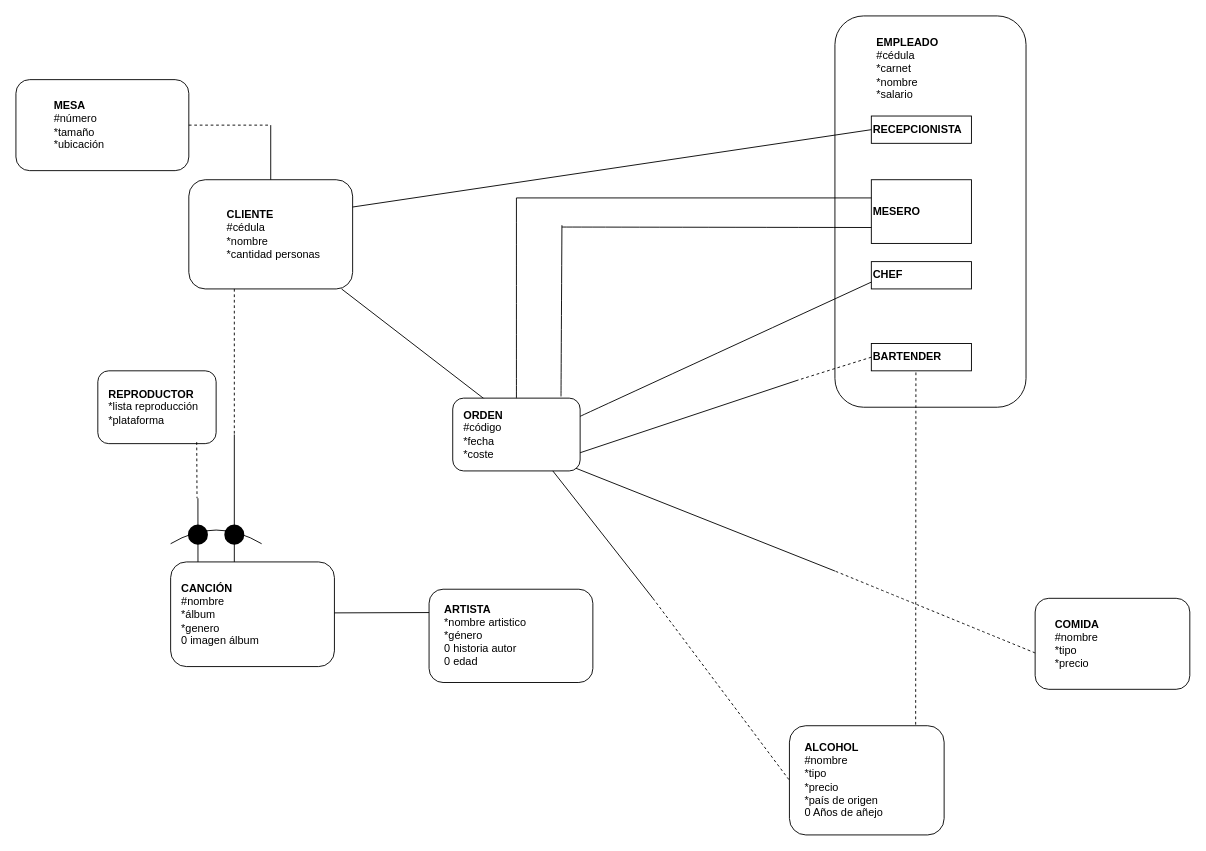
This is Trabajo1/Untitled Diagram.drawio from M1moreno/EntregasBD, a draw.io file, before an edit. Source tidied: cells renumbered, new cells numbered last; positions are measured from the earlier drawing's top-left corner, leaving out a move shared by most shapes. Both pictures are drawn from the tidied source at 91%, with x=0, y=0 at pixel (15, 15). Pictures stored in the file or linked from it are replaced by grey dashed boxes.
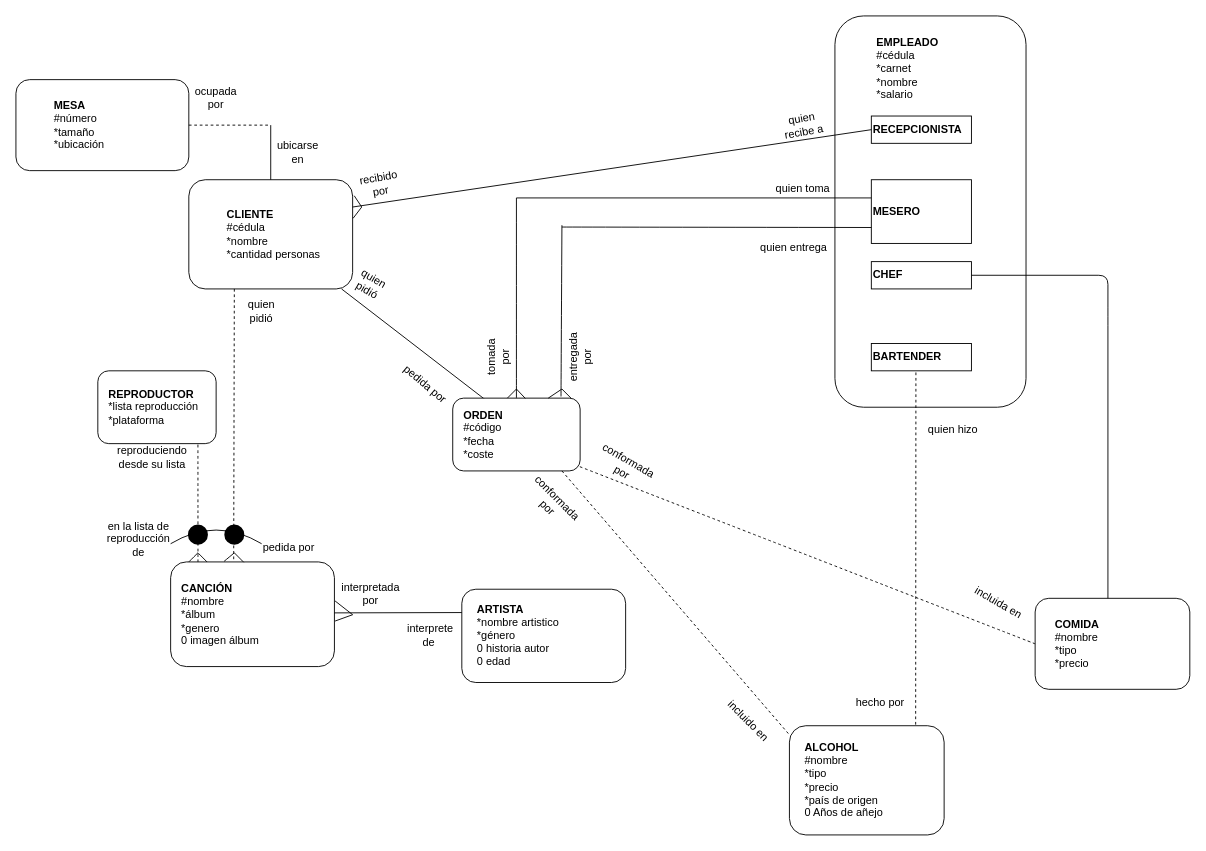
The same diagram, later.

Unchanged cells that the change refers to:
```xml
<mxCell id="4" value="&lt;blockquote style=&quot;margin: 0 0 0 40px ; border: none ; padding: 0px&quot;&gt;&lt;b&gt;CLIENTE&lt;br&gt;&lt;/b&gt;#cédula&lt;br&gt;*nombre&lt;br&gt;*cantidad personas&lt;/blockquote&gt;" style="rounded=1;whiteSpace=wrap;html=1;align=left;" parent="1" vertex="1">
  <mxGeometry x="190" y="180" width="180" height="120" as="geometry" />
</mxCell>
<mxCell id="10" value="&lt;b&gt;CHEF&lt;/b&gt;" style="rounded=0;whiteSpace=wrap;html=1;align=left;" parent="5" vertex="1">
  <mxGeometry x="40" y="270" width="110" height="30" as="geometry" />
</mxCell>
<mxCell id="11" value="&lt;b&gt;BARTENDER&lt;/b&gt;" style="rounded=0;whiteSpace=wrap;html=1;align=left;" parent="5" vertex="1">
  <mxGeometry x="40" y="360" width="110" height="30" as="geometry" />
</mxCell>
<mxCell id="14" value="&lt;b&gt;REPRODUCTOR&lt;/b&gt;&lt;br&gt;*lista reproducción&lt;br&gt;*plataforma" style="text;html=1;strokeColor=none;fillColor=none;align=left;verticalAlign=middle;whiteSpace=wrap;rounded=0;" parent="12" vertex="1">
  <mxGeometry x="10" y="5" width="110" height="70" as="geometry" />
</mxCell>
<mxCell id="16" style="rounded=1;whiteSpace=wrap;html=1;" parent="15" vertex="1">
  <mxGeometry width="140" height="80" as="geometry" />
</mxCell>
<mxCell id="19" style="rounded=1;whiteSpace=wrap;html=1;" parent="18" vertex="1">
  <mxGeometry width="170" height="120" as="geometry" />
</mxCell>
<mxCell id="21" style="group;" parent="1" vertex="1">
  <mxGeometry x="170" y="600" width="180" height="115" as="geometry" />
</mxCell>
<mxCell id="22" style="rounded=1;whiteSpace=wrap;html=1;" parent="21" vertex="1">
  <mxGeometry width="180" height="115" as="geometry" />
</mxCell>
<mxCell id="35" style="rounded=1;whiteSpace=wrap;html=1;arcSize=15;" parent="34" vertex="1">
  <mxGeometry width="170" height="100" as="geometry" />
</mxCell>
```

The edit, as a diff of the source:
```diff
@@
+    <mxCell id="54" style="endArrow=none;html=1;exitX=1.004;exitY=0.565;exitDx=0;exitDy=0;exitPerimeter=0;" parent="21" edge="1" source="22">
+      <mxGeometry relative="1" as="geometry">
+        <mxPoint x="200" y="58" as="targetPoint" />
+      </mxGeometry>
+    </mxCell>
     <mxCell id="24" style="group;" parent="1" vertex="1">
-      <mxGeometry x="454" y="630" width="180" height="102.5" as="geometry" />
+      <mxGeometry x="490" y="630" width="180" height="102.5" as="geometry" />
     </mxCell>
@@
-    <mxCell id="29" style="endArrow=none;dashed=1;html=1;rounded=0;" parent="1" edge="1">
+    <mxCell id="29" style="endArrow=none;dashed=1;html=1;rounded=0;entryX=0.385;entryY=-0.013;entryDx=0;entryDy=0;entryPerimeter=0;" parent="1" edge="1" target="22">
       <mxGeometry relative="1" as="geometry">
         <mxPoint x="240" y="300" as="sourcePoint" />
-        <mxPoint x="240" y="460" as="targetPoint" />
       </mxGeometry>
     </mxCell>
-    <mxCell id="30" style="endArrow=none;html=1;rounded=0;" parent="1" edge="1">
-      <mxGeometry relative="1" as="geometry">
-        <mxPoint x="240" y="600" as="sourcePoint" />
-        <mxPoint x="240" y="460" as="targetPoint" />
-      </mxGeometry>
-    </mxCell>
-    <mxCell id="31" style="endArrow=none;dashed=1;html=1;rounded=0;exitX=0.897;exitY=1.048;exitDx=0;exitDy=0;exitPerimeter=0;" parent="1" edge="1" source="14">
-      <mxGeometry relative="1" as="geometry">
-        <mxPoint x="199" y="530" as="targetPoint" />
-      </mxGeometry>
-    </mxCell>
-    <mxCell id="32" style="endArrow=none;html=1;rounded=0;entryX=0.167;entryY=0;entryDx=0;entryDy=0;entryPerimeter=0;" parent="1" edge="1" target="22">
-      <mxGeometry relative="1" as="geometry">
-        <mxPoint x="200" y="530" as="sourcePoint" />
-      </mxGeometry>
-    </mxCell>
@@
-    <mxCell id="40" style="endArrow=none;html=1;rounded=0;exitX=0.968;exitY=0.964;exitDx=0;exitDy=0;exitPerimeter=0;" parent="1" edge="1" source="16">
-      <mxGeometry relative="1" as="geometry">
-        <mxPoint x="900" y="610" as="targetPoint" />
-      </mxGeometry>
-    </mxCell>
-    <mxCell id="41" style="endArrow=none;html=1;rounded=0;" parent="1" edge="1">
-      <mxGeometry relative="1" as="geometry">
-        <mxPoint x="700" y="640" as="sourcePoint" />
-        <mxPoint x="590" y="500" as="targetPoint" />
-      </mxGeometry>
-    </mxCell>
-    <mxCell id="42" style="endArrow=none;dashed=1;html=1;rounded=0;entryX=0;entryY=0.5;entryDx=0;entryDy=0;" parent="1" edge="1" target="19">
+    <mxCell id="42" style="endArrow=none;dashed=1;html=1;rounded=0;" parent="1" edge="1">
       <mxGeometry relative="1" as="geometry">
-        <mxPoint x="700" y="640" as="sourcePoint" />
+        <mxPoint x="600" y="500" as="sourcePoint" />
+        <mxPoint x="850" y="790" as="targetPoint" />
       </mxGeometry>
     </mxCell>
-    <mxCell id="43" style="endArrow=none;dashed=1;html=1;rounded=0;exitX=0;exitY=0.5;exitDx=0;exitDy=0;" parent="1" edge="1" source="11">
-      <mxGeometry relative="1" as="geometry">
-        <mxPoint x="860" y="400" as="targetPoint" />
-      </mxGeometry>
-    </mxCell>
-    <mxCell id="44" style="endArrow=none;html=1;rounded=0;" parent="1" edge="1">
-      <mxGeometry relative="1" as="geometry">
-        <mxPoint x="620" y="480" as="sourcePoint" />
-        <mxPoint x="860" y="400" as="targetPoint" />
-      </mxGeometry>
-    </mxCell>
@@
-    <mxCell id="49" style="endArrow=none;html=1;curved=1;exitX=1;exitY=0.25;exitDx=0;exitDy=0;entryX=0;entryY=0.75;entryDx=0;entryDy=0;" parent="1" edge="1" source="16" target="10">
-      <mxGeometry relative="1" as="geometry" />
-    </mxCell>
-    <mxCell id="50" style="endArrow=none;dashed=1;html=1;curved=1;" parent="1" edge="1">
-      <mxGeometry relative="1" as="geometry">
-        <mxPoint x="1120" y="700" as="sourcePoint" />
-        <mxPoint x="900" y="610" as="targetPoint" />
-      </mxGeometry>
+    <mxCell id="50" style="endArrow=none;dashed=1;html=1;curved=1;entryX=0.998;entryY=0.942;entryDx=0;entryDy=0;entryPerimeter=0;exitX=0;exitY=0.5;exitDx=0;exitDy=0;" parent="1" edge="1" source="35" target="16">
+      <mxGeometry relative="1" as="geometry" />
     </mxCell>
@@
+    <mxCell id="55" style="endArrow=none;html=1;curved=1;exitX=0.111;exitY=0;exitDx=0;exitDy=0;exitPerimeter=0;" parent="1" edge="1" source="22">
+      <mxGeometry relative="1" as="geometry">
+        <mxPoint x="200" y="590" as="targetPoint" />
+      </mxGeometry>
+    </mxCell>
+    <mxCell id="56" style="endArrow=none;html=1;curved=1;" parent="1" edge="1">
+      <mxGeometry relative="1" as="geometry">
+        <mxPoint x="200" y="590" as="sourcePoint" />
+        <mxPoint x="210" y="600" as="targetPoint" />
+      </mxGeometry>
+    </mxCell>
+    <mxCell id="57" style="endArrow=none;dashed=1;html=1;curved=1;exitX=0.167;exitY=0;exitDx=0;exitDy=0;exitPerimeter=0;" parent="1" edge="1" source="22">
+      <mxGeometry relative="1" as="geometry">
+        <mxPoint x="200" y="470" as="targetPoint" />
+      </mxGeometry>
+    </mxCell>
+    <mxCell id="58" style="endArrow=none;html=1;curved=1;exitX=0.326;exitY=-0.005;exitDx=0;exitDy=0;exitPerimeter=0;" parent="1" edge="1" source="22">
+      <mxGeometry relative="1" as="geometry">
+        <mxPoint x="240" y="590" as="targetPoint" />
+      </mxGeometry>
+    </mxCell>
+    <mxCell id="59" style="endArrow=none;html=1;curved=1;exitX=0.446;exitY=0.003;exitDx=0;exitDy=0;exitPerimeter=0;" parent="1" edge="1" source="22">
+      <mxGeometry relative="1" as="geometry">
+        <mxPoint x="240" y="590" as="targetPoint" />
+      </mxGeometry>
+    </mxCell>
+    <mxCell id="60" value="en la lista de reproducción de" style="text;html=1;strokeColor=none;fillColor=none;align=center;verticalAlign=middle;whiteSpace=wrap;rounded=0;" parent="1" vertex="1">
+      <mxGeometry x="100" y="550" width="70" height="50" as="geometry" />
+    </mxCell>
+    <mxCell id="61" value="pedida por" style="text;html=1;strokeColor=none;fillColor=none;align=center;verticalAlign=middle;whiteSpace=wrap;rounded=0;" parent="1" vertex="1">
+      <mxGeometry x="270" y="570" width="60" height="30" as="geometry" />
+    </mxCell>
+    <mxCell id="62" value="reproduciendo desde su lista" style="text;html=1;strokeColor=none;fillColor=none;align=center;verticalAlign=middle;whiteSpace=wrap;rounded=0;" parent="1" vertex="1">
+      <mxGeometry x="120" y="470" width="60" height="30" as="geometry" />
+    </mxCell>
+    <mxCell id="63" value="quien pidió" style="text;html=1;strokeColor=none;fillColor=none;align=center;verticalAlign=middle;whiteSpace=wrap;rounded=0;" parent="1" vertex="1">
+      <mxGeometry x="240" y="310" width="60" height="30" as="geometry" />
+    </mxCell>
+    <mxCell id="64" value="quien pidió" style="text;html=1;strokeColor=none;fillColor=none;align=center;verticalAlign=middle;whiteSpace=wrap;rounded=0;rotation=30;" parent="1" vertex="1">
+      <mxGeometry x="360" y="280" width="60" height="30" as="geometry" />
+    </mxCell>
+    <mxCell id="65" value="pedida por" style="text;html=1;strokeColor=none;fillColor=none;align=center;verticalAlign=middle;whiteSpace=wrap;rounded=0;rotation=40;" parent="1" vertex="1">
+      <mxGeometry x="420" y="390" width="60" height="30" as="geometry" />
+    </mxCell>
+    <mxCell id="66" value="tomada por" style="text;html=1;strokeColor=none;fillColor=none;align=center;verticalAlign=middle;whiteSpace=wrap;rounded=0;rotation=-90;" parent="1" vertex="1">
+      <mxGeometry x="500" y="360" width="60" height="30" as="geometry" />
+    </mxCell>
+    <mxCell id="67" style="endArrow=none;html=1;entryX=1;entryY=0.5;entryDx=0;entryDy=0;edgeStyle=orthogonalEdgeStyle;" parent="1" edge="1" target="10">
+      <mxGeometry relative="1" as="geometry">
+        <mxPoint x="1200" y="640" as="sourcePoint" />
+        <Array as="points">
+          <mxPoint x="1200" y="330" />
+          <mxPoint x="1200" y="285" />
+        </Array>
+      </mxGeometry>
+    </mxCell>
+    <mxCell id="68" value="quien toma" style="text;html=1;strokeColor=none;fillColor=none;align=center;verticalAlign=middle;whiteSpace=wrap;rounded=0;" parent="1" vertex="1">
+      <mxGeometry x="800" y="180" width="130" height="20" as="geometry" />
+    </mxCell>
+    <mxCell id="69" value="quien entrega" style="text;html=1;strokeColor=none;fillColor=none;align=center;verticalAlign=middle;whiteSpace=wrap;rounded=0;" parent="1" vertex="1">
+      <mxGeometry x="810" y="240" width="90" height="30" as="geometry" />
+    </mxCell>
+    <mxCell id="70" value="entregada por" style="text;html=1;strokeColor=none;fillColor=none;align=center;verticalAlign=middle;whiteSpace=wrap;rounded=0;rotation=-90;" parent="1" vertex="1">
+      <mxGeometry x="590" y="360" width="60" height="30" as="geometry" />
+    </mxCell>
+    <mxCell id="71" style="endArrow=none;html=1;entryX=0.57;entryY=0.004;entryDx=0;entryDy=0;entryPerimeter=0;" parent="1" edge="1" target="16">
+      <mxGeometry relative="1" as="geometry">
+        <mxPoint x="550" y="410" as="sourcePoint" />
+      </mxGeometry>
+    </mxCell>
+    <mxCell id="72" style="endArrow=none;html=1;entryX=0.429;entryY=0;entryDx=0;entryDy=0;entryPerimeter=0;" parent="1" edge="1" target="16">
+      <mxGeometry relative="1" as="geometry">
+        <mxPoint x="550" y="410" as="sourcePoint" />
+      </mxGeometry>
+    </mxCell>
+    <mxCell id="73" value="recibido por" style="text;html=1;strokeColor=none;fillColor=none;align=center;verticalAlign=middle;whiteSpace=wrap;rounded=0;rotation=-10;" parent="1" vertex="1">
+      <mxGeometry x="370" y="170" width="60" height="30" as="geometry" />
+    </mxCell>
+    <mxCell id="74" value="quien recibe a" style="text;html=1;strokeColor=none;fillColor=none;align=center;verticalAlign=middle;whiteSpace=wrap;rounded=0;rotation=-10;" parent="1" vertex="1">
+      <mxGeometry x="835" y="105" width="60" height="30" as="geometry" />
+    </mxCell>
+    <mxCell id="75" style="endArrow=none;html=1;exitX=0.75;exitY=0;exitDx=0;exitDy=0;" parent="1" edge="1" source="16">
+      <mxGeometry relative="1" as="geometry">
+        <mxPoint x="600" y="410" as="targetPoint" />
+      </mxGeometry>
+    </mxCell>
+    <mxCell id="76" style="endArrow=none;html=1;" parent="1" edge="1">
+      <mxGeometry relative="1" as="geometry">
+        <mxPoint x="600" y="410" as="sourcePoint" />
+        <mxPoint x="610" y="420" as="targetPoint" />
+      </mxGeometry>
+    </mxCell>
+    <mxCell id="77" style="endArrow=none;html=1;exitX=1.003;exitY=0.353;exitDx=0;exitDy=0;exitPerimeter=0;" parent="1" edge="1" source="4">
+      <mxGeometry relative="1" as="geometry">
+        <mxPoint x="380" y="210" as="targetPoint" />
+      </mxGeometry>
+    </mxCell>
+    <mxCell id="78" style="endArrow=none;html=1;exitX=0;exitY=0.75;exitDx=0;exitDy=0;" parent="1" edge="1" source="73">
+      <mxGeometry relative="1" as="geometry">
+        <mxPoint x="380" y="210" as="targetPoint" />
+      </mxGeometry>
+    </mxCell>
+    <mxCell id="79" value="interpretada por" style="text;html=1;strokeColor=none;fillColor=none;align=center;verticalAlign=middle;whiteSpace=wrap;rounded=0;" parent="1" vertex="1">
+      <mxGeometry x="360" y="620" width="60" height="30" as="geometry" />
+    </mxCell>
+    <mxCell id="80" value="&amp;nbsp;interprete de" style="text;html=1;strokeColor=none;fillColor=none;align=center;verticalAlign=middle;whiteSpace=wrap;rounded=0;" parent="1" vertex="1">
+      <mxGeometry x="424" y="666.2" width="60" height="30" as="geometry" />
+    </mxCell>
+    <mxCell id="81" style="endArrow=none;html=1;entryX=1.004;entryY=0.373;entryDx=0;entryDy=0;entryPerimeter=0;" parent="1" edge="1" target="22">
+      <mxGeometry relative="1" as="geometry">
+        <mxPoint x="370" y="658" as="sourcePoint" />
+      </mxGeometry>
+    </mxCell>
+    <mxCell id="82" value="ocupada por" style="text;html=1;strokeColor=none;fillColor=none;align=center;verticalAlign=middle;whiteSpace=wrap;rounded=0;" parent="1" vertex="1">
+      <mxGeometry x="190" y="75" width="60" height="30" as="geometry" />
+    </mxCell>
+    <mxCell id="83" value="ubicarse en" style="text;html=1;strokeColor=none;fillColor=none;align=center;verticalAlign=middle;whiteSpace=wrap;rounded=0;" parent="1" vertex="1">
+      <mxGeometry x="280" y="135" width="60" height="30" as="geometry" />
+    </mxCell>
+    <mxCell id="84" value="conformada por" style="text;html=1;strokeColor=none;fillColor=none;align=center;verticalAlign=middle;whiteSpace=wrap;rounded=0;rotation=45;" parent="1" vertex="1">
+      <mxGeometry x="560" y="520" width="60" height="30" as="geometry" />
+    </mxCell>
+    <mxCell id="85" value="incluido en" style="text;html=1;strokeColor=none;fillColor=none;align=center;verticalAlign=middle;whiteSpace=wrap;rounded=0;rotation=45;" parent="1" vertex="1">
+      <mxGeometry x="775" y="760" width="60" height="30" as="geometry" />
+    </mxCell>
+    <mxCell id="86" value="conformada por" style="text;html=1;strokeColor=none;fillColor=none;align=center;verticalAlign=middle;whiteSpace=wrap;rounded=0;rotation=30;" parent="1" vertex="1">
+      <mxGeometry x="640" y="480" width="60" height="30" as="geometry" />
+    </mxCell>
+    <mxCell id="87" value="incluida en" style="text;html=1;strokeColor=none;fillColor=none;align=center;verticalAlign=middle;whiteSpace=wrap;rounded=0;rotation=30;" parent="1" vertex="1">
+      <mxGeometry x="1050" y="630" width="60" height="30" as="geometry" />
+    </mxCell>
+    <mxCell id="88" value="quien hizo" style="text;html=1;strokeColor=none;fillColor=none;align=center;verticalAlign=middle;whiteSpace=wrap;rounded=0;" parent="1" vertex="1">
+      <mxGeometry x="1000" y="440" width="60" height="30" as="geometry" />
+    </mxCell>
+    <mxCell id="89" value="hecho por" style="text;html=1;strokeColor=none;fillColor=none;align=center;verticalAlign=middle;whiteSpace=wrap;rounded=0;" parent="1" vertex="1">
+      <mxGeometry x="920" y="740" width="60" height="30" as="geometry" />
+    </mxCell>
```
